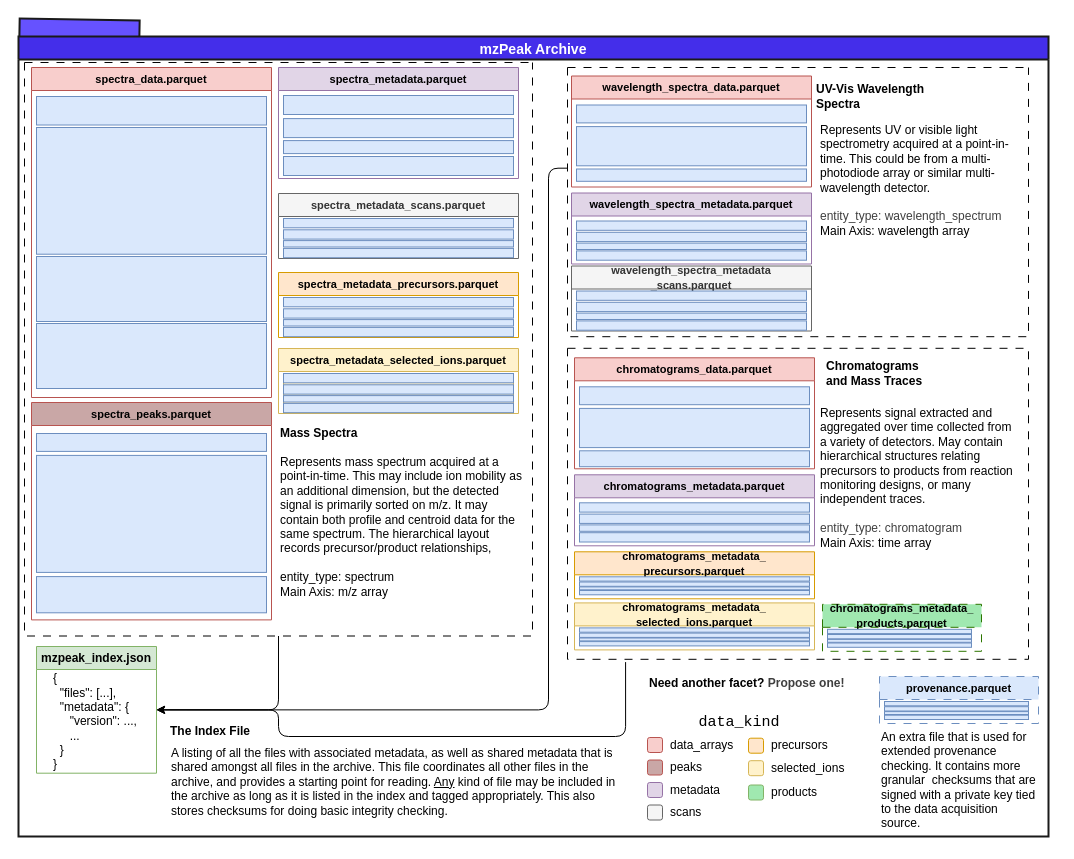
HUPO-PSI/mzPeak-specification keeps this draw.io diagram as docs/assets/img/archive-layout.drawio. Above is the earlier version. Source tidied: cells renumbered, new cells numbered last; positions are measured from the earlier drawing's top-left corner, leaving out a move shared by most shapes. Both pictures are drawn from the tidied source at 100%, with x=0, y=0 at pixel (18, 19).
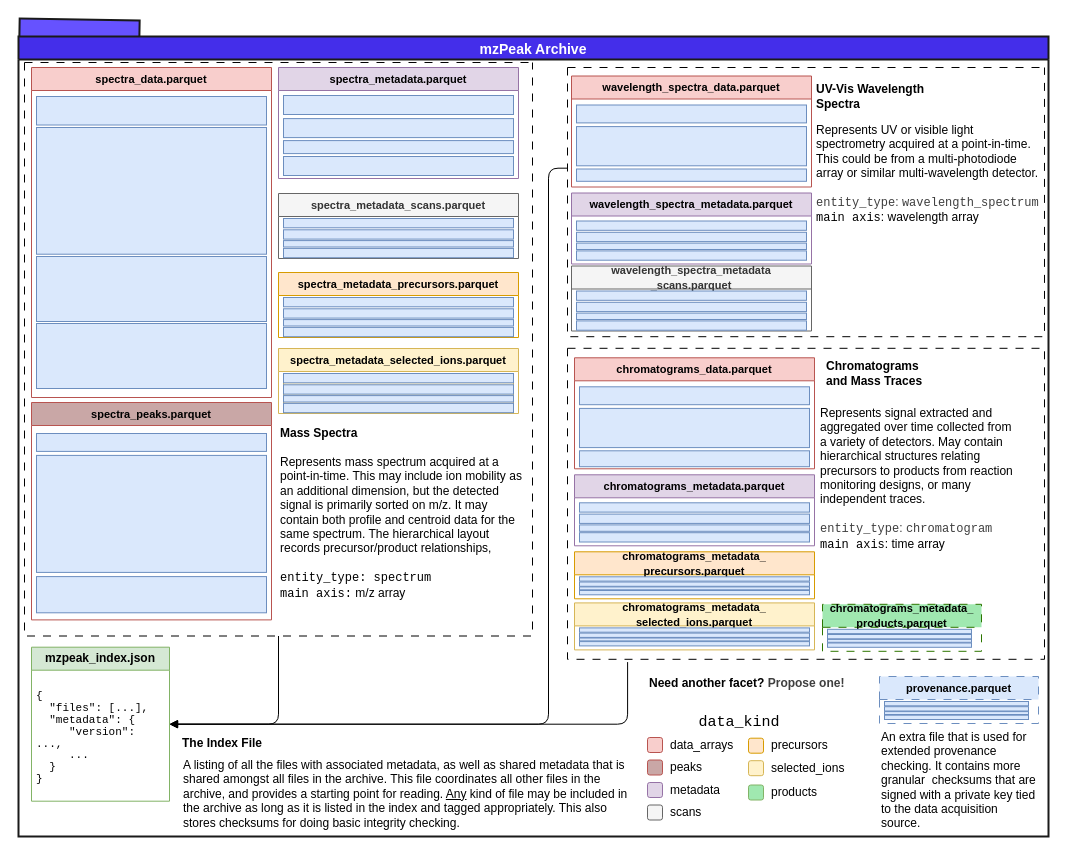
The same page after the edit.

Unchanged cells that the change refers to:
```xml
<mxCell id="3" value="mzPeak Archive" style="swimlane;fillColor=#442EEA;strokeColor=#1A1A1A;strokeWidth=2;fontSize=14;fontColor=#FFFFFF;" parent="1" vertex="1">
  <mxGeometry y="17" width="1030" height="800" as="geometry" />
</mxCell>
<mxCell id="45" style="swimlane;startSize=0;dashed=1;dashPattern=8 8;" parent="3" vertex="1">
  <mxGeometry x="6" y="26" width="508" height="573.5" as="geometry" />
</mxCell>
```

Diff of the diagram source:
```diff
@@
     <mxCell id="4" value="mzpeak_index.json" style="swimlane;whiteSpace=wrap;html=1;fillColor=#d5e8d4;strokeColor=#82b366;" parent="3" vertex="1">
-      <mxGeometry x="18" y="610" width="120" height="126.7" as="geometry" />
+      <mxGeometry x="13" y="610.7" width="138" height="154" as="geometry" />
     </mxCell>
-    <mxCell id="5" value="&lt;div style=&quot;&quot;&gt;&lt;span style=&quot;background-color: transparent;&quot;&gt;{&lt;/span&gt;&lt;/div&gt;&lt;div&gt;&amp;nbsp; &quot;files&quot;: [...],&lt;/div&gt;&lt;div&gt;&amp;nbsp; &quot;metadata&quot;: {&lt;/div&gt;&lt;div&gt;&amp;nbsp; &amp;nbsp; &amp;nbsp;&quot;version&quot;: ...,&lt;/div&gt;&lt;div&gt;&amp;nbsp; &amp;nbsp; &amp;nbsp;...&lt;/div&gt;&lt;div&gt;&amp;nbsp; }&lt;/div&gt;&lt;div&gt;}&lt;/div&gt;" style="text;html=1;whiteSpace=wrap;strokeColor=none;fillColor=none;align=left;verticalAlign=middle;rounded=0;" parent="4" vertex="1">
-      <mxGeometry x="15" y="30" width="90" height="90" as="geometry" />
+    <mxCell id="5" value="&lt;div style=&quot;line-height: 90%;&quot;&gt;&lt;div&gt;&lt;span style=&quot;background-color: transparent;&quot;&gt;&lt;font face=&quot;Courier New&quot; style=&quot;font-size: 11px;&quot;&gt;{&lt;/font&gt;&lt;/span&gt;&lt;/div&gt;&lt;div&gt;&lt;font face=&quot;Courier New&quot; style=&quot;font-size: 11px;&quot;&gt;&amp;nbsp; &quot;files&quot;: [...],&lt;/font&gt;&lt;/div&gt;&lt;div&gt;&lt;font face=&quot;Courier New&quot; style=&quot;font-size: 11px;&quot;&gt;&amp;nbsp; &quot;metadata&quot;: {&lt;/font&gt;&lt;/div&gt;&lt;div&gt;&lt;font face=&quot;Courier New&quot; style=&quot;font-size: 11px;&quot;&gt;&amp;nbsp; &amp;nbsp; &amp;nbsp;&quot;version&quot;: ...,&lt;/font&gt;&lt;/div&gt;&lt;div&gt;&lt;font face=&quot;Courier New&quot; style=&quot;font-size: 11px;&quot;&gt;&amp;nbsp; &amp;nbsp; &amp;nbsp;...&lt;/font&gt;&lt;/div&gt;&lt;div&gt;&lt;font face=&quot;Courier New&quot; style=&quot;font-size: 11px;&quot;&gt;&amp;nbsp; }&lt;/font&gt;&lt;/div&gt;&lt;div&gt;&lt;font face=&quot;Courier New&quot; style=&quot;font-size: 11px;&quot;&gt;}&lt;/font&gt;&lt;/div&gt;&lt;/div&gt;" style="text;html=1;whiteSpace=wrap;strokeColor=none;fillColor=none;align=left;verticalAlign=middle;rounded=0;" parent="4" vertex="1">
+      <mxGeometry x="3" y="27.3" width="127" height="126.7" as="geometry" />
     </mxCell>
@@
-    <mxCell id="44" style="edgeStyle=orthogonalEdgeStyle;html=1;exitX=0.5;exitY=1;exitDx=0;exitDy=0;entryX=1;entryY=0.5;entryDx=0;entryDy=0;" parent="3" edge="1" source="45" target="4">
-      <mxGeometry relative="1" as="geometry">
-        <Array as="points">
-          <mxPoint x="260" y="673.4" />
-        </Array>
-      </mxGeometry>
+    <mxCell id="44" style="edgeStyle=orthogonalEdgeStyle;html=1;exitX=0.5;exitY=1;exitDx=0;exitDy=0;entryX=1;entryY=0.5;entryDx=0;entryDy=0;endArrow=block;endFill=1;" parent="3" edge="1" source="45" target="4">
+      <mxGeometry relative="1" as="geometry" />
     </mxCell>
@@
-    <mxCell id="47" value="Represents mass spectrum acquired at a point-in-time. This may include ion mobility as an additional dimension, but the detected signal is primarily sorted on m/z. It may contain both profile and centroid data for the same spectrum. The hierarchical layout records precursor/product relationships,&lt;div&gt;&lt;br&gt;&lt;/div&gt;&lt;div&gt;entity_type: spectrum&lt;/div&gt;&lt;div&gt;Main Axis: m/z array&lt;/div&gt;" style="text;html=1;whiteSpace=wrap;strokeColor=none;fillColor=none;align=left;verticalAlign=top;rounded=0;" parent="45" vertex="1">
+    <mxCell id="47" value="Represents mass spectrum acquired at a point-in-time. This may include ion mobility as an additional dimension, but the detected signal is primarily sorted on m/z. It may contain both profile and centroid data for the same spectrum. The hierarchical layout records precursor/product relationships,&lt;div&gt;&lt;br&gt;&lt;/div&gt;&lt;div&gt;&lt;font face=&quot;Courier New&quot;&gt;entity_type: spectrum&lt;/font&gt;&lt;/div&gt;&lt;div&gt;&lt;font face=&quot;Courier New&quot;&gt;main axis:&lt;/font&gt; m/z array&lt;/div&gt;" style="text;html=1;whiteSpace=wrap;strokeColor=none;fillColor=none;align=left;verticalAlign=top;rounded=0;" parent="45" vertex="1">
       <mxGeometry x="254" y="386" width="246" height="144.2" as="geometry" />
     </mxCell>
@@
-    <mxCell id="67" style="edgeStyle=orthogonalEdgeStyle;html=1;entryX=1;entryY=0.5;entryDx=0;entryDy=0;exitX=0;exitY=0.374;exitDx=0;exitDy=0;exitPerimeter=0;" parent="3" edge="1" source="69" target="4">
+    <mxCell id="67" style="edgeStyle=orthogonalEdgeStyle;html=1;entryX=1;entryY=0.5;entryDx=0;entryDy=0;exitX=0;exitY=0.374;exitDx=0;exitDy=0;exitPerimeter=0;endArrow=block;endFill=1;" parent="3" edge="1" source="69" target="4">
       <mxGeometry relative="1" as="geometry">
         <Array as="points">
           <mxPoint x="530" y="131.7" />
-          <mxPoint x="530" y="673.4" />
+          <mxPoint x="530" y="687.4" />
         </Array>
       </mxGeometry>
     </mxCell>
-    <mxCell id="68" style="edgeStyle=orthogonalEdgeStyle;html=1;exitX=0.126;exitY=1.009;exitDx=0;exitDy=0;entryX=1;entryY=0.5;entryDx=0;entryDy=0;exitPerimeter=0;" parent="3" edge="1" source="98" target="4">
+    <mxCell id="68" style="edgeStyle=orthogonalEdgeStyle;html=1;exitX=0.126;exitY=1.009;exitDx=0;exitDy=0;entryX=1;entryY=0.5;entryDx=0;entryDy=0;exitPerimeter=0;endArrow=block;endFill=1;" parent="3" edge="1" source="98" target="4">
       <mxGeometry relative="1" as="geometry">
         <Array as="points">
-          <mxPoint x="607.1" y="700" />
-          <mxPoint x="260" y="700" />
-          <mxPoint x="260" y="673.4" />
+          <mxPoint x="609.1" y="687" />
         </Array>
       </mxGeometry>
     </mxCell>
     <mxCell id="69" style="swimlane;startSize=0;dashed=1;dashPattern=8 8;" parent="3" vertex="1">
-      <mxGeometry x="549" y="31" width="461" height="269.2" as="geometry" />
+      <mxGeometry x="549" y="31" width="477" height="269.2" as="geometry" />
     </mxCell>
-    <mxCell id="70" value="Represents UV or visible light spectrometry acquired at a point-in-time. This could be from a multi-photodiode array or similar multi-wavelength detector.&lt;div&gt;&lt;br&gt;&lt;/div&gt;&lt;div&gt;&lt;span style=&quot;color: rgb(63, 63, 63);&quot;&gt;entity_type: wavelength_spectrum&lt;/span&gt;&lt;/div&gt;&lt;div&gt;Main Axis: wavelength array&lt;/div&gt;" style="text;html=1;whiteSpace=wrap;strokeColor=none;fillColor=none;align=left;verticalAlign=top;rounded=0;" parent="69" vertex="1">
-      <mxGeometry x="251" y="49" width="199" height="126.7" as="geometry" />
+    <mxCell id="70" value="Represents UV or visible light spectrometry acquired at a point-in-time. This could be from a multi-photodiode array or similar multi-wavelength detector.&lt;div&gt;&lt;br&gt;&lt;/div&gt;&lt;div&gt;&lt;span style=&quot;color: rgb(63, 63, 63);&quot;&gt;&lt;font face=&quot;Courier New&quot;&gt;entity_type&lt;/font&gt;: &lt;font face=&quot;Courier New&quot;&gt;wavelength_spectrum&lt;/font&gt;&lt;/span&gt;&lt;/div&gt;&lt;div&gt;&lt;font face=&quot;Courier New&quot;&gt;main axis&lt;/font&gt;: wavelength array&lt;/div&gt;" style="text;html=1;whiteSpace=wrap;strokeColor=none;fillColor=none;align=left;verticalAlign=top;rounded=0;" parent="69" vertex="1">
+      <mxGeometry x="247" y="49" width="230" height="126.7" as="geometry" />
     </mxCell>
@@
     <mxCell id="98" style="swimlane;startSize=0;dashed=1;dashPattern=8 8;" parent="3" vertex="1">
-      <mxGeometry x="549" y="311.8" width="461" height="311" as="geometry" />
+      <mxGeometry x="549" y="311.8" width="477" height="311" as="geometry" />
     </mxCell>
-    <mxCell id="99" value="Represents signal extracted and aggregated over time collected from a variety of detectors. May contain hierarchical structures relating precursors to products from reaction monitoring designs, or many independent traces.&lt;div&gt;&lt;br&gt;&lt;/div&gt;&lt;div&gt;&lt;span style=&quot;color: rgb(63, 63, 63);&quot;&gt;entity_type: chromatogram&lt;/span&gt;&lt;/div&gt;&lt;div&gt;Main Axis: time array&lt;/div&gt;" style="text;html=1;whiteSpace=wrap;strokeColor=none;fillColor=none;align=left;verticalAlign=top;rounded=0;" parent="98" vertex="1">
+    <mxCell id="99" value="Represents signal extracted and aggregated over time collected from a variety of detectors. May contain hierarchical structures relating precursors to products from reaction monitoring designs, or many independent traces.&lt;div&gt;&lt;br&gt;&lt;/div&gt;&lt;div&gt;&lt;span style=&quot;color: rgb(63, 63, 63);&quot;&gt;&lt;font face=&quot;Courier New&quot;&gt;entity_type&lt;/font&gt;: &lt;font face=&quot;Courier New&quot;&gt;chromatogram&lt;/font&gt;&lt;/span&gt;&lt;/div&gt;&lt;div&gt;&lt;font face=&quot;Courier New&quot;&gt;main axis&lt;/font&gt;: time array&lt;/div&gt;" style="text;html=1;whiteSpace=wrap;strokeColor=none;fillColor=none;align=left;verticalAlign=top;rounded=0;" parent="98" vertex="1">
       <mxGeometry x="251" y="51" width="199" height="138" as="geometry" />
     </mxCell>
@@
     <mxCell id="109" value="&lt;b&gt;The Index File&lt;/b&gt;" style="text;html=1;whiteSpace=wrap;strokeColor=none;fillColor=none;align=center;verticalAlign=middle;rounded=0;" parent="3" vertex="1">
-      <mxGeometry x="151" y="680" width="82" height="30" as="geometry" />
+      <mxGeometry x="163" y="692" width="82" height="30" as="geometry" />
     </mxCell>
     <mxCell id="110" value="A listing of all the files with associated metadata, as well as shared metadata that is shared amongst all files in the archive. This file coordinates all other files in the archive, and provides a starting point for reading. &lt;u&gt;Any&lt;/u&gt; kind of file may be included in the archive as long as it is listed in the index and tagged appropriately. This also stores checksums for doing basic integrity checking." style="text;html=1;whiteSpace=wrap;strokeColor=none;fillColor=none;align=left;verticalAlign=top;rounded=0;" parent="3" vertex="1">
-      <mxGeometry x="151" y="703.3" width="461" height="90" as="geometry" />
+      <mxGeometry x="163" y="715.3" width="461" height="90" as="geometry" />
     </mxCell>
```
